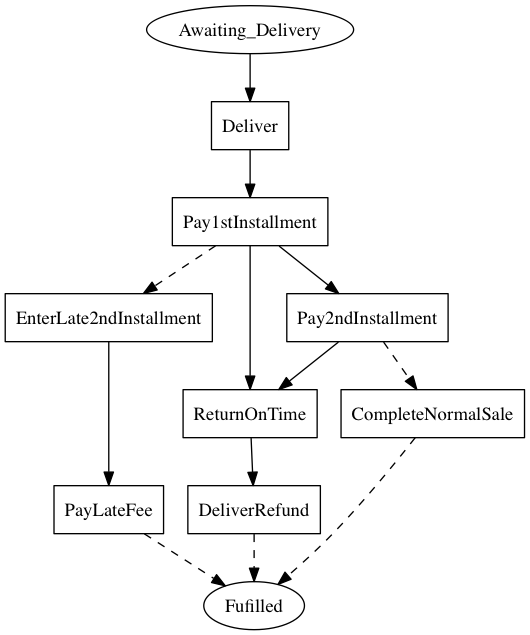
Above: linear_state_machine_language/pyL4/examples/out_graphviz/from_academic_lit/hvitved_printer.png in Marcao02/complaw-deeptech (Graphviz), before the change. Its source is kept beside it as linear_state_machine_language/pyL4/examples/out_graphviz/from_academic_lit/hvitved_printer.dot. Its diagram source:
```dot

digraph Two_part_sale_Hvitved_Laser_Printer {
    Fulfilled[label=Fufilled];
    Awaiting_Delivery[label=Awaiting_Delivery]


    Deliver[label=Deliver,shape=box];
	Pay1stInstallment[label=Pay1stInstallment,shape=box];
	EnterLate2ndInstallment[label=EnterLate2ndInstallment,shape=box];
	Pay2ndInstallment[label=Pay2ndInstallment,shape=box];
	ReturnOnTime[label=ReturnOnTime,shape=box];
	PayLateFee[label=PayLateFee,shape=box];
	CompleteNormalSale[label=CompleteNormalSale,shape=box];
	DeliverRefund[label=DeliverRefund,shape=box]



    Awaiting_Delivery -> Deliver;
	Deliver -> Pay1stInstallment;
	Pay1stInstallment -> Pay2ndInstallment;
	Pay1stInstallment -> ReturnOnTime;
	Pay1stInstallment -> EnterLate2ndInstallment [style=dashed];
	EnterLate2ndInstallment -> PayLateFee;
	Pay2ndInstallment -> ReturnOnTime;
	Pay2ndInstallment -> CompleteNormalSale [style=dashed];
	ReturnOnTime -> DeliverRefund

    PayLateFee -> Fulfilled [style=dashed];
	CompleteNormalSale -> Fulfilled [style=dashed];
	DeliverRefund -> Fulfilled [style=dashed];



}
```
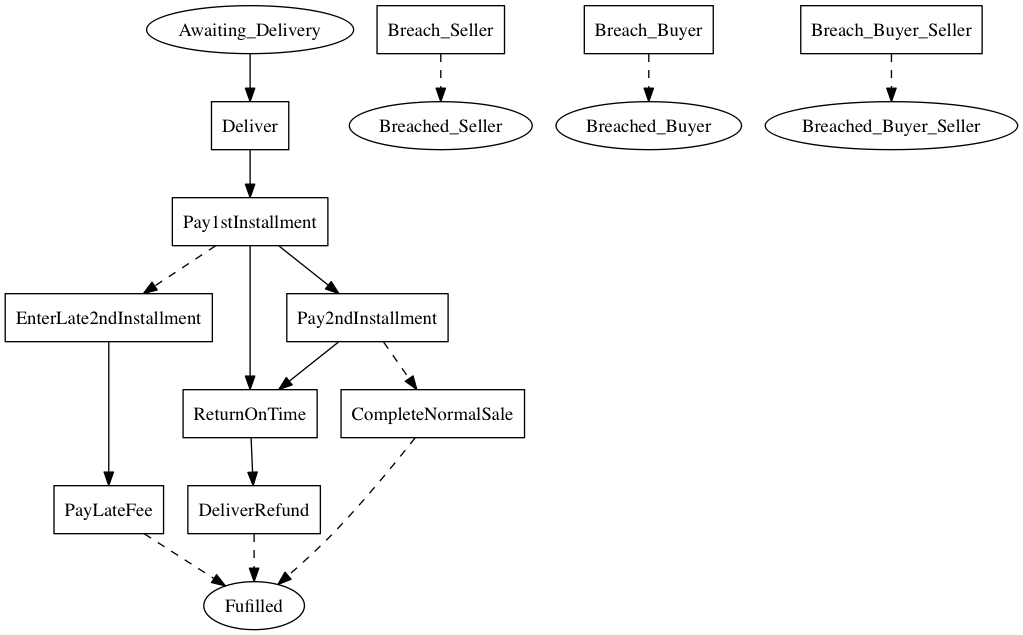
Above is the later version.

What changed in the source:
```diff
@@ -1,7 +1,10 @@
 
 digraph Two_part_sale_Hvitved_Laser_Printer {
     Fulfilled[label=Fufilled];
-    Awaiting_Delivery[label=Awaiting_Delivery]
+    Awaiting_Delivery[label=Awaiting_Delivery];
+	Breached_Seller[label=Breached_Seller];
+	Breached_Buyer[label=Breached_Buyer];
+	Breached_Buyer_Seller[label=Breached_Buyer_Seller]
 
 
     Deliver[label=Deliver,shape=box];
@@ -11,7 +14,10 @@
 	ReturnOnTime[label=ReturnOnTime,shape=box];
 	PayLateFee[label=PayLateFee,shape=box];
 	CompleteNormalSale[label=CompleteNormalSale,shape=box];
-	DeliverRefund[label=DeliverRefund,shape=box]
+	DeliverRefund[label=DeliverRefund,shape=box];
+	Breach_Seller[label=Breach_Seller,shape=box];
+	Breach_Buyer[label=Breach_Buyer,shape=box];
+	Breach_Buyer_Seller[label=Breach_Buyer_Seller,shape=box]
 
 
 
@@ -28,6 +34,9 @@
     PayLateFee -> Fulfilled [style=dashed];
 	CompleteNormalSale -> Fulfilled [style=dashed];
 	DeliverRefund -> Fulfilled [style=dashed];
+	Breach_Seller -> Breached_Seller [style=dashed];
+	Breach_Buyer -> Breached_Buyer [style=dashed];
+	Breach_Buyer_Seller -> Breached_Buyer_Seller [style=dashed];
 
 
 
```
